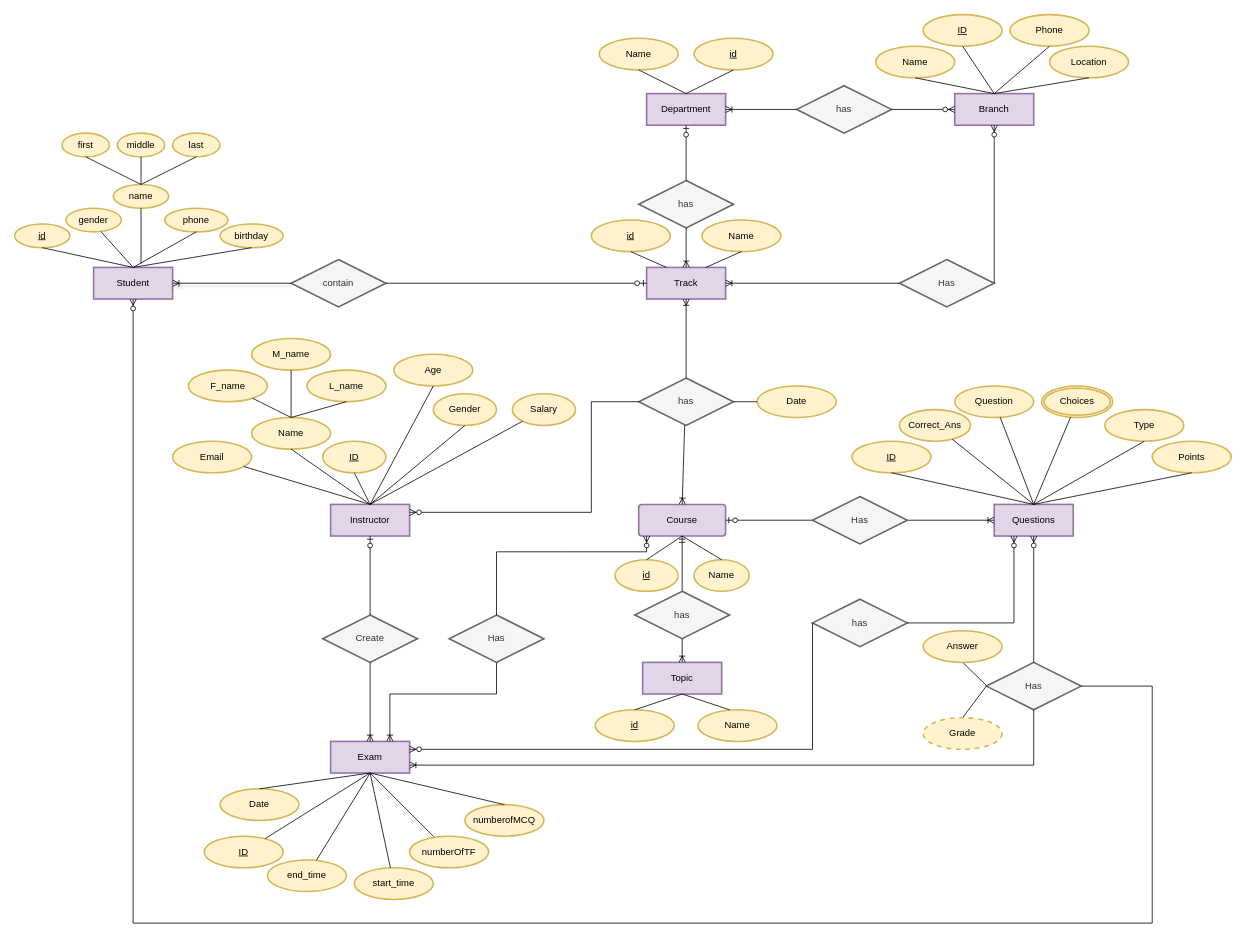
This is OnlineExaminationSystem.drawio from aya-abdelmageed/OnlineExaminationSystem, a draw.io file, before an edit. Source tidied: cells renumbered, new cells numbered last; positions are measured from the earlier drawing's top-left corner, leaving out a move shared by most shapes. Both pictures are drawn from the tidied source at 79%, with x=0, y=0 at pixel (14, 14).
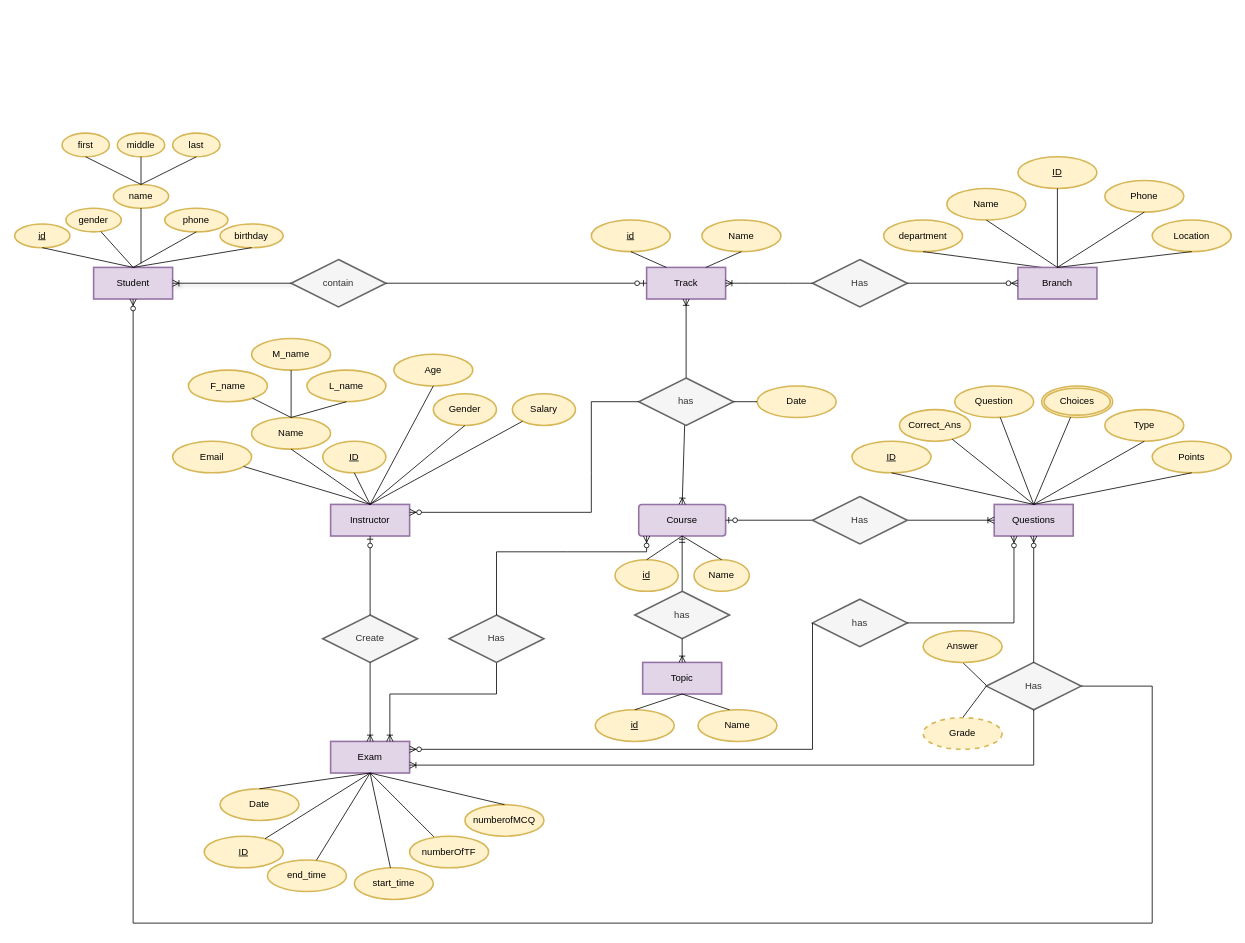
The same page after the edit.

The change refers to these unchanged cells:
```xml
<mxCell id="50" value="Track" style="whiteSpace=wrap;html=1;align=center;fillColor=#e1d5e7;strokeColor=#9673a6;strokeWidth=2;" parent="1" vertex="1">
  <mxGeometry x="800" y="320" width="100" height="40" as="geometry" />
</mxCell>
```

The edit, as a diff of the source:
```diff
@@
-    <mxCell id="2" value="Name" style="ellipse;whiteSpace=wrap;html=1;align=center;fillColor=#fff2cc;strokeColor=#d6b656;strokeWidth=2;" parent="1" vertex="1">
-      <mxGeometry x="740" y="30" width="100" height="40" as="geometry" />
+    <mxCell id="2" value="department" style="ellipse;whiteSpace=wrap;html=1;align=center;fillColor=#fff2cc;strokeColor=#d6b656;strokeWidth=2;" parent="1" vertex="1">
+      <mxGeometry x="1100" y="260" width="100" height="40" as="geometry" />
     </mxCell>
-    <mxCell id="3" value="id" style="ellipse;whiteSpace=wrap;html=1;align=center;fontStyle=4;fillColor=#fff2cc;strokeColor=#d6b656;strokeWidth=2;" parent="1" vertex="1">
-      <mxGeometry x="860" y="30" width="100" height="40" as="geometry" />
-    </mxCell>
@@
-    <mxCell id="49" value="Department" style="whiteSpace=wrap;html=1;align=center;fillColor=#e1d5e7;strokeColor=#9673a6;strokeWidth=2;" parent="1" vertex="1">
-      <mxGeometry x="800" y="100" width="100" height="40" as="geometry" />
-    </mxCell>
@@
-    <mxCell id="51" style="endArrow=none;html=1;rounded=0;exitX=0.5;exitY=1;exitDx=0;exitDy=0;entryX=0.5;entryY=0;entryDx=0;entryDy=0;" parent="1" edge="1" source="2" target="49">
-      <mxGeometry relative="1" as="geometry" />
+    <mxCell id="51" style="endArrow=none;html=1;rounded=0;exitX=0.5;exitY=1;exitDx=0;exitDy=0;" parent="1" edge="1" source="2">
+      <mxGeometry relative="1" as="geometry">
+        <mxPoint x="1300" y="320" as="targetPoint" />
+      </mxGeometry>
     </mxCell>
-    <mxCell id="52" style="endArrow=none;html=1;rounded=0;exitX=0.5;exitY=1;exitDx=0;exitDy=0;entryX=0.5;entryY=0;entryDx=0;entryDy=0;" parent="1" edge="1" source="3" target="49">
-      <mxGeometry relative="1" as="geometry" />
-    </mxCell>
@@
-    <mxCell id="63" value="has" style="shape=rhombus;perimeter=rhombusPerimeter;whiteSpace=wrap;html=1;align=center;fillColor=#f5f5f5;fontColor=#333333;strokeColor=#666666;strokeWidth=2;" parent="1" vertex="1">
-      <mxGeometry x="790" y="210" width="120" height="60" as="geometry" />
-    </mxCell>
-    <mxCell id="64" style="fontSize=12;html=1;endArrow=ERzeroToOne;endFill=1;rounded=0;exitX=0.5;exitY=0;exitDx=0;exitDy=0;" parent="1" edge="1" source="63" target="49">
-      <mxGeometry relative="1" as="geometry" />
-    </mxCell>
-    <mxCell id="65" style="fontSize=12;html=1;endArrow=ERoneToMany;rounded=0;exitX=0.5;exitY=1;exitDx=0;exitDy=0;entryX=0.5;entryY=0;entryDx=0;entryDy=0;" parent="1" edge="1" source="63" target="50">
-      <mxGeometry relative="1" as="geometry" />
-    </mxCell>
@@
     <mxCell id="97" value="Branch" style="whiteSpace=wrap;html=1;align=center;fillColor=#e1d5e7;strokeColor=#9673a6;strokeWidth=2;" parent="1" vertex="1">
-      <mxGeometry x="1190" y="100" width="100" height="40" as="geometry" />
+      <mxGeometry x="1270" y="320" width="100" height="40" as="geometry" />
     </mxCell>
     <mxCell id="98" value="Name" style="ellipse;whiteSpace=wrap;html=1;align=center;fillColor=#fff2cc;strokeColor=#d6b656;strokeWidth=2;" parent="1" vertex="1">
-      <mxGeometry x="1090" y="40" width="100" height="40" as="geometry" />
+      <mxGeometry x="1180" y="220" width="100" height="40" as="geometry" />
     </mxCell>
     <mxCell id="99" value="ID" style="ellipse;whiteSpace=wrap;html=1;align=center;fontStyle=4;fillColor=#fff2cc;strokeColor=#d6b656;strokeWidth=2;" parent="1" vertex="1">
-      <mxGeometry x="1150" width="100" height="40" as="geometry" />
+      <mxGeometry x="1270" y="180" width="100" height="40" as="geometry" />
     </mxCell>
@@
     <mxCell id="102" value="Location" style="ellipse;whiteSpace=wrap;html=1;align=center;fillColor=#fff2cc;strokeColor=#d6b656;strokeWidth=2;" parent="1" vertex="1">
-      <mxGeometry x="1310" y="40" width="100" height="40" as="geometry" />
+      <mxGeometry x="1440" y="260" width="100" height="40" as="geometry" />
     </mxCell>
@@
     <mxCell id="104" value="Phone" style="ellipse;whiteSpace=wrap;html=1;align=center;fillColor=#fff2cc;strokeColor=#d6b656;strokeWidth=2;" parent="1" vertex="1">
-      <mxGeometry x="1260" width="100" height="40" as="geometry" />
+      <mxGeometry x="1380" y="210" width="100" height="40" as="geometry" />
     </mxCell>
@@
-    <mxCell id="106" value="has" style="shape=rhombus;perimeter=rhombusPerimeter;whiteSpace=wrap;html=1;align=center;fillColor=#f5f5f5;fontColor=#333333;strokeColor=#666666;strokeWidth=2;" parent="1" vertex="1">
-      <mxGeometry x="990" y="90" width="120" height="60" as="geometry" />
-    </mxCell>
@@
     <mxCell id="112" value="Has" style="shape=rhombus;perimeter=rhombusPerimeter;whiteSpace=wrap;html=1;align=center;fillColor=#f5f5f5;strokeColor=#666666;fontColor=#333333;strokeWidth=2;" parent="1" vertex="1">
-      <mxGeometry x="1120" y="310" width="120" height="60" as="geometry" />
+      <mxGeometry x="1010" y="310" width="120" height="60" as="geometry" />
     </mxCell>
@@
-    <mxCell id="114" style="fontSize=12;html=1;endArrow=ERzeroToMany;endFill=1;rounded=0;" parent="1" edge="1" source="106" target="97">
-      <mxGeometry relative="1" as="geometry" />
-    </mxCell>
-    <mxCell id="115" style="fontSize=12;html=1;endArrow=ERoneToMany;rounded=0;exitX=0;exitY=0.5;exitDx=0;exitDy=0;" parent="1" edge="1" source="106" target="49">
-      <mxGeometry relative="1" as="geometry" />
-    </mxCell>
-    <mxCell id="116" style="fontSize=12;html=1;endArrow=ERzeroToMany;endFill=1;rounded=0;entryX=0.5;entryY=1;entryDx=0;entryDy=0;exitX=1;exitY=0.5;exitDx=0;exitDy=0;" parent="1" edge="1" source="112" target="97">
+    <mxCell id="116" style="fontSize=12;html=1;endArrow=ERzeroToMany;endFill=1;rounded=0;entryX=0;entryY=0.5;entryDx=0;entryDy=0;exitX=1;exitY=0.5;exitDx=0;exitDy=0;" parent="1" edge="1" source="112" target="97">
       <mxGeometry relative="1" as="geometry" />
     </mxCell>
```
